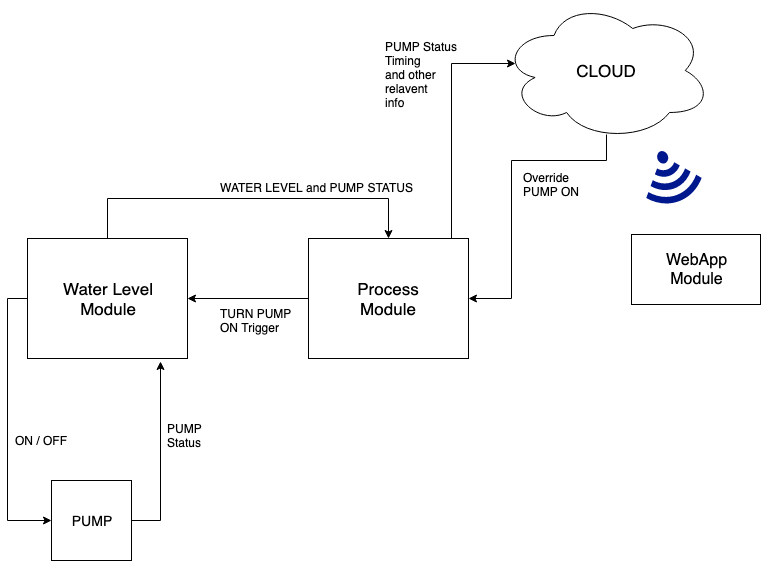
sashuu69/iot-water-level-indicator keeps this draw.io diagram as documentation/diagrams/main-block-diagram.png. Above is the earlier version. Source tidied: cells renumbered, new cells last; positions are measured from the earlier drawing's top-left corner, leaving out a move shared by most shapes.
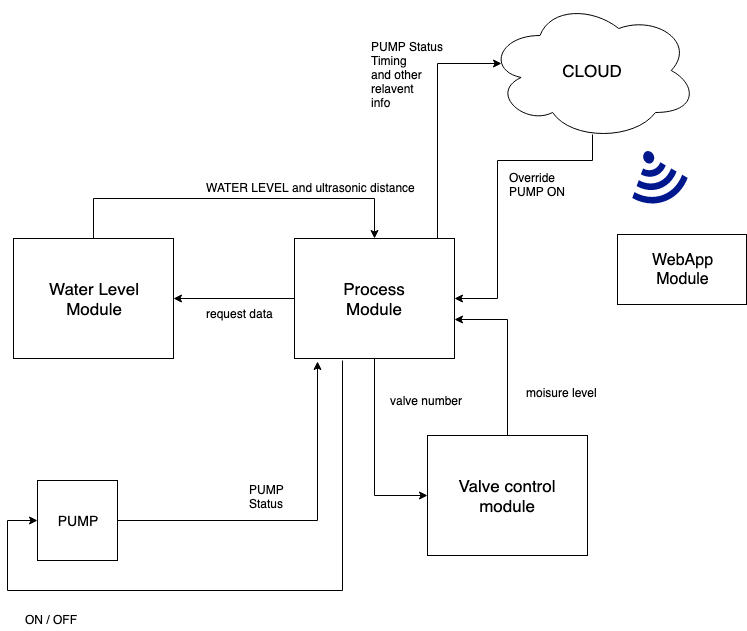
Later version of the same file.

What changed in the source:
```diff
@@ -10,11 +10,12 @@
         </Array>
       </mxGeometry>
     </mxCell>
-    <mxCell id="3" style="edgeStyle=orthogonalEdgeStyle;rounded=0;jettySize=auto;html=1;entryX=0;entryY=0.5;entryDx=0;entryDy=0;" parent="1" edge="1" source="4" target="11">
+    <mxCell id="3" style="edgeStyle=orthogonalEdgeStyle;rounded=0;jettySize=auto;html=1;entryX=0;entryY=0.5;entryDx=0;entryDy=0;exitX=0.3;exitY=1.017;exitDx=0;exitDy=0;exitPerimeter=0;" parent="1" edge="1" source="7" target="11">
       <mxGeometry relative="1" as="geometry">
         <Array as="points">
-          <mxPoint y="298" />
-          <mxPoint y="520" />
+          <mxPoint x="349" y="590" />
+          <mxPoint x="14" y="590" />
+          <mxPoint x="14" y="520" />
         </Array>
       </mxGeometry>
     </mxCell>
@@ -31,6 +32,9 @@
         </Array>
       </mxGeometry>
     </mxCell>
+    <mxCell id="20" style="edgeStyle=orthogonalEdgeStyle;rounded=0;jettySize=auto;html=1;entryX=0;entryY=0.5;entryDx=0;entryDy=0;" parent="1" edge="1" source="7" target="22">
+      <mxGeometry relative="1" as="geometry" />
+    </mxCell>
     <mxCell id="7" value="&lt;font style=&quot;font-size: 17px&quot;&gt;Process&lt;br&gt;Module&lt;/font&gt;" style="rounded=0;whiteSpace=wrap;html=1;" parent="1" vertex="1">
       <mxGeometry x="301" y="238" width="160" height="120" as="geometry" />
     </mxCell>
@@ -46,10 +50,11 @@
     <mxCell id="9" value="&lt;font style=&quot;font-size: 17px&quot;&gt;CLOUD&lt;/font&gt;" style="ellipse;shape=cloud;whiteSpace=wrap;html=1;" parent="1" vertex="1">
       <mxGeometry x="494" width="210" height="140" as="geometry" />
     </mxCell>
-    <mxCell id="10" style="edgeStyle=orthogonalEdgeStyle;rounded=0;jettySize=auto;html=1;entryX=0.831;entryY=1.025;entryDx=0;entryDy=0;entryPerimeter=0;" parent="1" edge="1" source="11" target="4">
+    <mxCell id="10" style="edgeStyle=orthogonalEdgeStyle;rounded=0;jettySize=auto;html=1;" parent="1" edge="1" source="11">
       <mxGeometry relative="1" as="geometry">
+        <mxPoint x="324" y="361" as="targetPoint" />
         <Array as="points">
-          <mxPoint x="153" y="520" />
+          <mxPoint x="324" y="520" />
         </Array>
       </mxGeometry>
     </mxCell>
@@ -57,16 +62,16 @@
       <mxGeometry x="44" y="480" width="80" height="80" as="geometry" />
     </mxCell>
     <mxCell id="12" value="ON / OFF&lt;br&gt;" style="text;html=1;align=left;verticalAlign=top;spacingTop=-4;" parent="1" vertex="1">
-      <mxGeometry x="6" y="431" width="70" height="20" as="geometry" />
+      <mxGeometry x="30" y="610" width="70" height="20" as="geometry" />
     </mxCell>
     <mxCell id="13" value="PUMP&lt;br&gt;Status" style="text;html=1;align=left;verticalAlign=top;spacingTop=-4;" parent="1" vertex="1">
-      <mxGeometry x="158" y="419" width="50" height="30" as="geometry" />
+      <mxGeometry x="254" y="480" width="50" height="30" as="geometry" />
     </mxCell>
-    <mxCell id="14" value="TURN PUMP&lt;br&gt;ON Trigger&lt;br&gt;" style="text;html=1;align=left;verticalAlign=top;spacingTop=-4;" parent="1" vertex="1">
-      <mxGeometry x="211" y="304" width="90" height="30" as="geometry" />
+    <mxCell id="14" value="request data" style="text;html=1;align=left;verticalAlign=top;spacingTop=-4;" parent="1" vertex="1">
+      <mxGeometry x="211" y="304" width="80" height="20" as="geometry" />
     </mxCell>
-    <mxCell id="15" value="WATER LEVEL and PUMP STATUS" style="text;html=1;align=left;verticalAlign=top;spacingTop=-4;" parent="1" vertex="1">
-      <mxGeometry x="211" y="178" width="210" height="20" as="geometry" />
+    <mxCell id="15" value="WATER LEVEL and ultrasonic distance" style="text;html=1;align=left;verticalAlign=top;spacingTop=-4;" parent="1" vertex="1">
+      <mxGeometry x="211" y="178" width="220" height="20" as="geometry" />
     </mxCell>
     <mxCell id="16" value="PUMP Status&lt;br&gt;Timing&lt;br&gt;and other&lt;br&gt;relavent&lt;br&gt;info" style="text;html=1;align=left;verticalAlign=top;spacingTop=-4;" parent="1" vertex="1">
       <mxGeometry x="376" y="37" width="90" height="70" as="geometry" />
@@ -80,5 +85,17 @@
     <mxCell id="19" style="shadow=0;dashed=0;html=1;strokeColor=none;labelPosition=center;verticalLabelPosition=bottom;verticalAlign=top;align=center;shape=mxgraph.mscae.enterprise.wireless_connection;fillColor=#00188D;rotation=70;" parent="1" vertex="1">
       <mxGeometry x="634" y="148.5" width="58" height="59" as="geometry" />
     </mxCell>
+    <mxCell id="21" style="edgeStyle=orthogonalEdgeStyle;rounded=0;jettySize=auto;html=1;entryX=1;entryY=0.675;entryDx=0;entryDy=0;entryPerimeter=0;" parent="1" edge="1" source="22" target="7">
+      <mxGeometry relative="1" as="geometry" />
+    </mxCell>
+    <mxCell id="22" value="&lt;font style=&quot;font-size: 17px&quot;&gt;Valve control module&lt;br&gt;&lt;/font&gt;" style="rounded=0;whiteSpace=wrap;html=1;" parent="1" vertex="1">
+      <mxGeometry x="434" y="435" width="160" height="120" as="geometry" />
+    </mxCell>
+    <mxCell id="23" value="valve number" style="text;html=1;align=left;verticalAlign=top;spacingTop=-4;" parent="1" vertex="1">
+      <mxGeometry x="395" y="391" width="90" height="20" as="geometry" />
+    </mxCell>
+    <mxCell id="24" value="moisure level" style="text;html=1;align=left;verticalAlign=top;spacingTop=-4;" parent="1" vertex="1">
+      <mxGeometry x="531" y="383" width="90" height="20" as="geometry" />
+    </mxCell>
   </root>
 </mxGraphModel>
```
